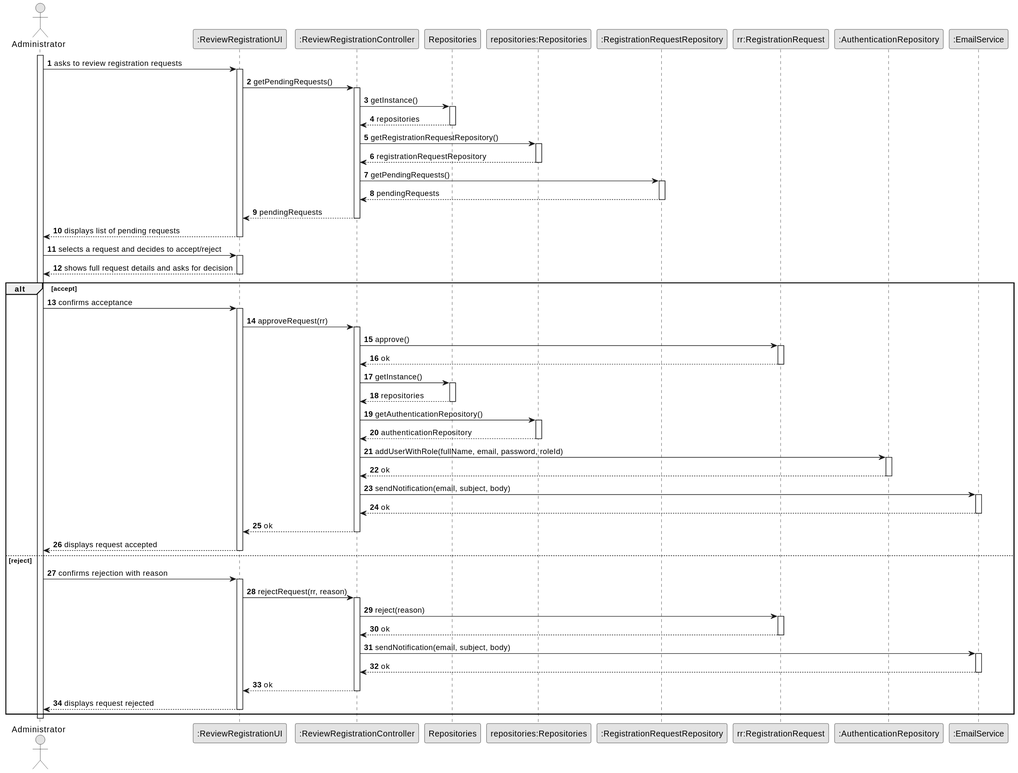
The PlantUML diagram docs/system-documentation/US02/03.design/svg/US02_SD.svg in brunodspinto/crystal-clear-platform, before a commit.
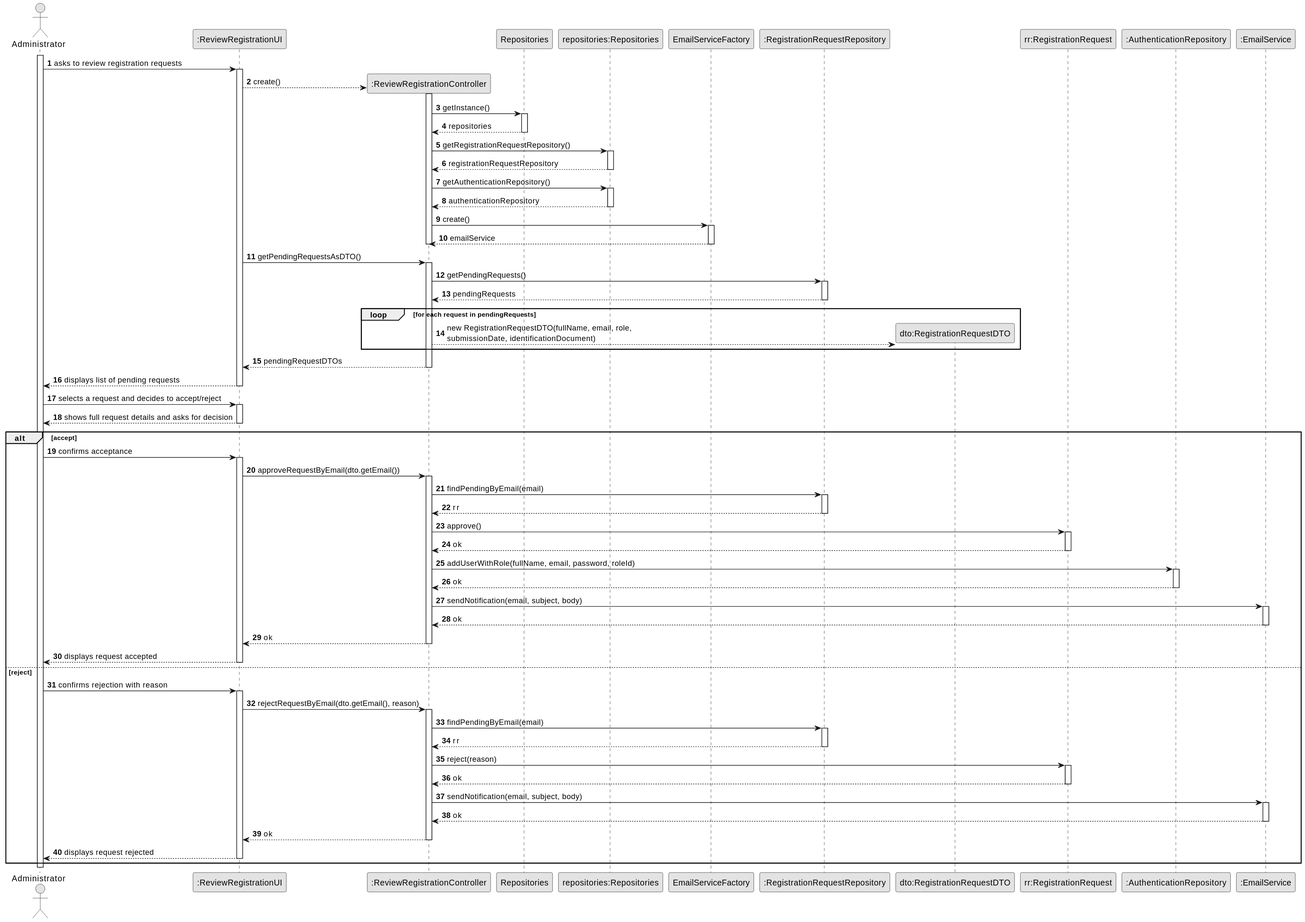
Later version of the same file.

Diff of the diagram source:
```diff
@@ -10,7 +10,9 @@
 participant ":ReviewRegistrationController" as CTRL
 participant "Repositories" as REPOS
 participant "repositories:Repositories" as REPOS_SINGLETON
+participant "EmailServiceFactory" as FACTORY
 participant ":RegistrationRequestRepository" as REPO
+participant "dto:RegistrationRequestDTO" as DTO
 participant "rr:RegistrationRequest" as RR
 participant ":AuthenticationRepository" as AUTH
 participant ":EmailService" as EMAIL
@@ -19,7 +21,8 @@
 
     Admin -> UI : asks to review registration requests
     activate UI
-        UI -> CTRL : getPendingRequests()
+
+        UI --> CTRL** : create()
         activate CTRL
             CTRL -> REPOS : getInstance()
             activate REPOS
@@ -31,11 +34,29 @@
                 REPOS_SINGLETON --> CTRL : registrationRequestRepository
             deactivate REPOS_SINGLETON
 
+            CTRL -> REPOS_SINGLETON : getAuthenticationRepository()
+            activate REPOS_SINGLETON
+                REPOS_SINGLETON --> CTRL : authenticationRepository
+            deactivate REPOS_SINGLETON
+
+            CTRL -> FACTORY : create()
+            activate FACTORY
+                FACTORY --> CTRL : emailService
+            deactivate FACTORY
+        deactivate CTRL
+
+        UI -> CTRL : getPendingRequestsAsDTO()
+        activate CTRL
             CTRL -> REPO : getPendingRequests()
             activate REPO
                 REPO --> CTRL : pendingRequests
             deactivate REPO
-            CTRL --> UI : pendingRequests
+
+            loop for each request in pendingRequests
+                CTRL --> DTO** : new RegistrationRequestDTO(fullName, email, role,\nsubmissionDate, identificationDocument)
+            end
+
+            CTRL --> UI : pendingRequestDTOs
         deactivate CTRL
         UI --> Admin : displays list of pending requests
     deactivate UI
@@ -48,22 +69,16 @@
     alt accept
         Admin -> UI : confirms acceptance
         activate UI
-            UI -> CTRL : approveRequest(rr)
+            UI -> CTRL : approveRequestByEmail(dto.getEmail())
             activate CTRL
+                CTRL -> REPO : findPendingByEmail(email)
+                activate REPO
+                    REPO --> CTRL : rr
+                deactivate REPO
                 CTRL -> RR : approve()
                 activate RR
                     RR --> CTRL : ok
                 deactivate RR
-                CTRL -> REPOS : getInstance()
-                activate REPOS
-                    REPOS --> CTRL : repositories
-                deactivate REPOS
-
-                CTRL -> REPOS_SINGLETON : getAuthenticationRepository()
-                activate REPOS_SINGLETON
-                    REPOS_SINGLETON --> CTRL : authenticationRepository
-                deactivate REPOS_SINGLETON
-
                 CTRL -> AUTH : addUserWithRole(fullName, email, password, roleId)
                 activate AUTH
                     AUTH --> CTRL : ok
@@ -80,8 +95,12 @@
     else reject
         Admin -> UI : confirms rejection with reason
         activate UI
-            UI -> CTRL : rejectRequest(rr, reason)
+            UI -> CTRL : rejectRequestByEmail(dto.getEmail(), reason)
             activate CTRL
+                CTRL -> REPO : findPendingByEmail(email)
+                activate REPO
+                    REPO --> CTRL : rr
+                deactivate REPO
                 CTRL -> RR : reject(reason)
                 activate RR
                     RR --> CTRL : ok
```
